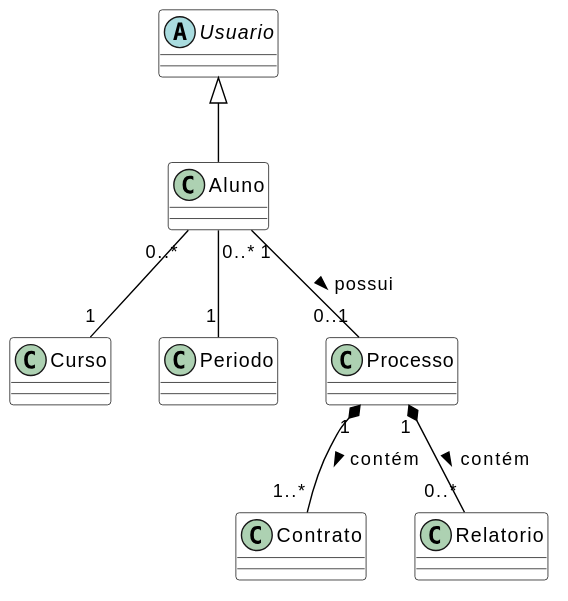
The PlantUML diagram docs/assets/Diagramas/out/diagrama_classes_aluno.svg in Projetos-de-Extensao/PBE_26.1_8002_III, before a commit. Source of this version:
```plantuml
@startuml
skinparam class {
BackgroundColor White
ArrowColor Black
BorderColor Black
}

abstract class Usuario {
}

class Aluno extends Usuario {
}

class Curso {
}

class Periodo {
}

class Processo {
}

class Contrato {
}

class Relatorio {
}

Aluno "0..*" -- "1" Curso
Aluno "0..*" -- "1" Periodo
Aluno "1" -- "0..1" Processo : possui >
Processo "1" *-- "1..*" Contrato : contém >
Processo "1" *-- "0..*" Relatorio : contém >
@enduml
```
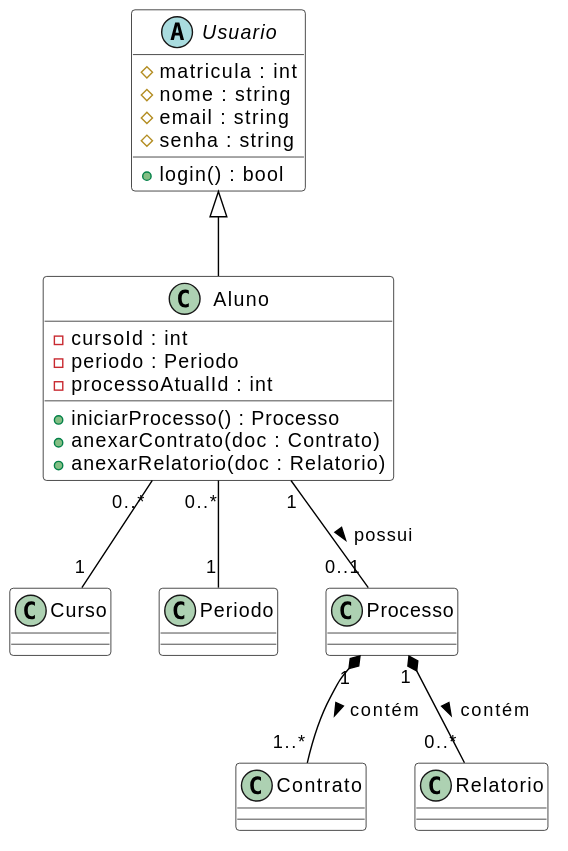
The same file after the commit.

Diff of the diagram source:
```diff
@@ -6,9 +6,20 @@
 }
 
 abstract class Usuario {
+# matricula : int
+# nome : string
+# email : string
+# senha : string
++ login() : bool
 }
 
 class Aluno extends Usuario {
+- cursoId : int
+- periodo : Periodo
+- processoAtualId : int
++ iniciarProcesso() : Processo
++ anexarContrato(doc : Contrato)
++ anexarRelatorio(doc : Relatorio)
 }
 
 class Curso {
```
